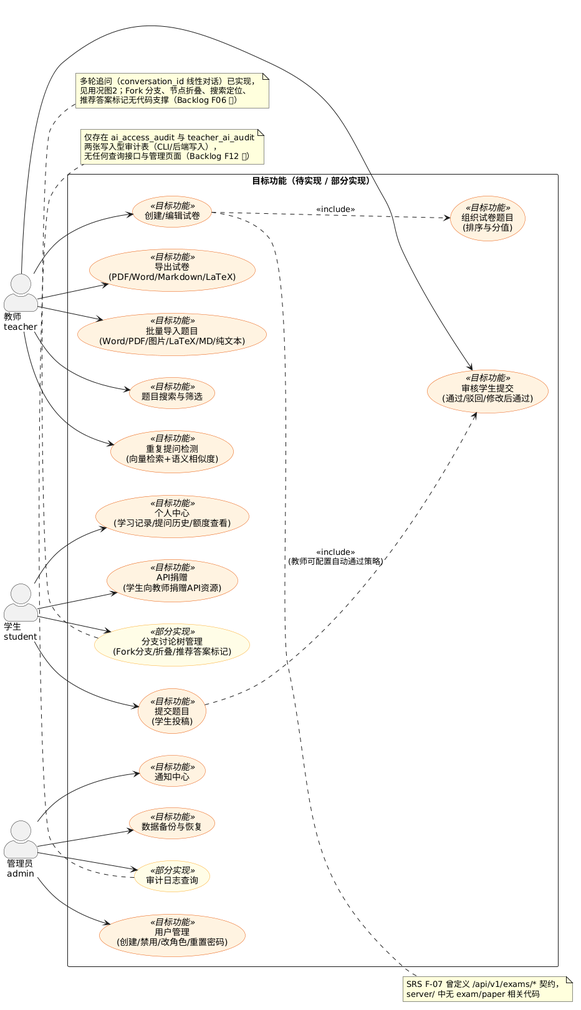
Above: OOA_OOD/diagrams/usecase/uc3_target.png in Araaaagorn/ai-question-bank (PlantUML), before the change. Source of this version:
```plantuml
@startuml uc3_target
left to right direction
skinparam shadowing false
skinparam actorStyle awesome
skinparam packageStyle rectangle
skinparam usecase {
  BackgroundColor<<目标功能>> #FFF3E0
  BorderColor<<目标功能>> #E65100
  BackgroundColor<<部分实现>> #FFFDE7
  BorderColor<<部分实现>> #F9A825
}

actor "教师\nteacher" as Teacher
actor "学生\nstudent" as Student
actor "管理员\nadmin" as Admin

rectangle "目标功能（待实现 / 部分实现）" {
  usecase "创建/编辑试卷" as UCExam <<目标功能>>
  usecase "组织试卷题目\n(排序与分值)" as UCPaperQ <<目标功能>>
  usecase "导出试卷\n(PDF/Word/Markdown/LaTeX)" as UCExport <<目标功能>>
  usecase "批量导入题目\n(Word/PDF/图片/LaTeX/MD/纯文本)" as UCImport <<目标功能>>
  usecase "提交题目\n(学生投稿)" as UCSubmitQ <<目标功能>>
  usecase "审核学生提交\n(通过/驳回/修改后通过)" as UCReviewQ <<目标功能>>
  usecase "分支讨论树管理\n(Fork分支/折叠/推荐答案标记)" as UCFork <<部分实现>>
  usecase "题目搜索与筛选" as UCSearch <<目标功能>>
  usecase "用户管理\n(创建/禁用/改角色/重置密码)" as UCUserMgmt <<目标功能>>
  usecase "审计日志查询" as UCAudit <<部分实现>>
  usecase "个人中心\n(学习记录/提问历史/额度查看)" as UCProfile <<目标功能>>
  usecase "重复提问检测\n(向量检索+语义相似度)" as UCDup <<目标功能>>
  usecase "通知中心" as UCNotify <<目标功能>>
  usecase "API捐赠\n(学生向教师捐赠API资源)" as UCDonate <<目标功能>>
  usecase "数据备份与恢复" as UCBackup <<目标功能>>
}

Teacher --> UCExam
Teacher --> UCExport
Teacher --> UCImport
Teacher --> UCReviewQ
Teacher --> UCSearch
Teacher --> UCDup
Student --> UCSubmitQ
Student --> UCFork
Student --> UCProfile
Student --> UCDonate
Admin --> UCUserMgmt
Admin --> UCAudit
Admin --> UCBackup
Admin --> UCNotify

UCExam ..> UCPaperQ : <<include>>
UCSubmitQ ..> UCReviewQ : <<include>>\n(教师可配置自动通过策略)

note bottom of UCFork
  多轮追问（conversation_id 线性对话）已实现，
  见用况图2；Fork 分支、节点折叠、搜索定位、
  推荐答案标记无代码支撑（Backlog F06 🟡）
end note

note bottom of UCAudit
  仅存在 ai_access_audit 与 teacher_ai_audit
  两张写入型审计表（CLI/后端写入），
  无任何查询接口与管理页面（Backlog F12 🟡）
end note

note right of UCExam
  SRS F-07 曾定义 /api/v1/exams/* 契约，
  server/ 中无 exam/paper 相关代码
end note
@enduml
```
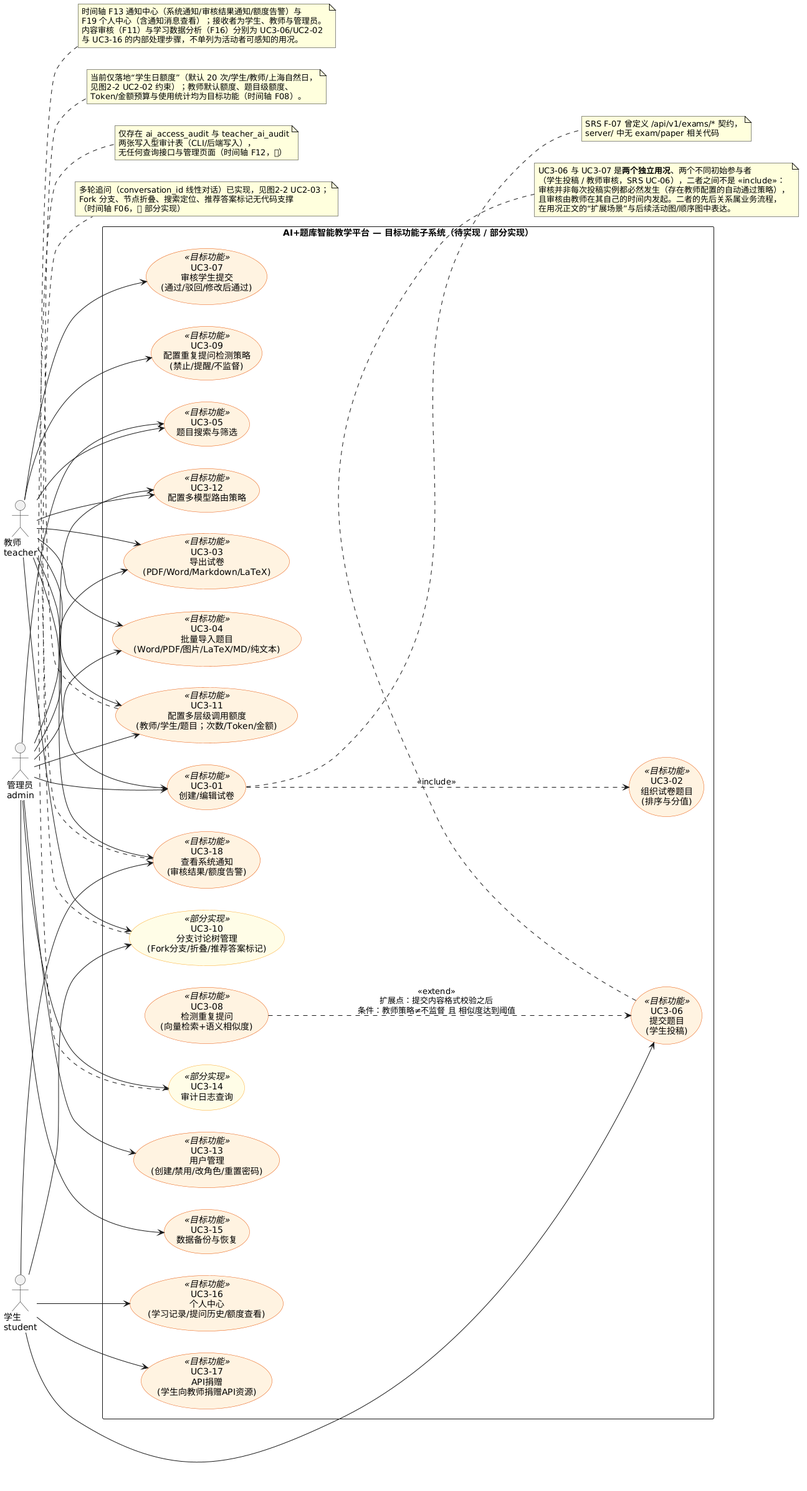
The same diagram one commit later.

What changed in the source:
```diff
@@ -1,7 +1,6 @@
-@startuml uc3_target
+@startuml
 left to right direction
 skinparam shadowing false
-skinparam actorStyle awesome
 skinparam packageStyle rectangle
 skinparam usecase {
   BackgroundColor<<目标功能>> #FFF3E0
@@ -11,59 +10,93 @@
 }
 
 actor "教师\nteacher" as Teacher
+actor "管理员\nadmin" as Admin
 actor "学生\nstudent" as Student
-actor "管理员\nadmin" as Admin
 
-rectangle "目标功能（待实现 / 部分实现）" {
-  usecase "创建/编辑试卷" as UCExam <<目标功能>>
-  usecase "组织试卷题目\n(排序与分值)" as UCPaperQ <<目标功能>>
-  usecase "导出试卷\n(PDF/Word/Markdown/LaTeX)" as UCExport <<目标功能>>
-  usecase "批量导入题目\n(Word/PDF/图片/LaTeX/MD/纯文本)" as UCImport <<目标功能>>
-  usecase "提交题目\n(学生投稿)" as UCSubmitQ <<目标功能>>
-  usecase "审核学生提交\n(通过/驳回/修改后通过)" as UCReviewQ <<目标功能>>
-  usecase "分支讨论树管理\n(Fork分支/折叠/推荐答案标记)" as UCFork <<部分实现>>
-  usecase "题目搜索与筛选" as UCSearch <<目标功能>>
-  usecase "用户管理\n(创建/禁用/改角色/重置密码)" as UCUserMgmt <<目标功能>>
-  usecase "审计日志查询" as UCAudit <<部分实现>>
-  usecase "个人中心\n(学习记录/提问历史/额度查看)" as UCProfile <<目标功能>>
-  usecase "重复提问检测\n(向量检索+语义相似度)" as UCDup <<目标功能>>
-  usecase "通知中心" as UCNotify <<目标功能>>
-  usecase "API捐赠\n(学生向教师捐赠API资源)" as UCDonate <<目标功能>>
-  usecase "数据备份与恢复" as UCBackup <<目标功能>>
+rectangle "AI+题库智能教学平台 — 目标功能子系统（待实现 / 部分实现）" {
+  usecase "UC3-01\n创建/编辑试卷" as UCExam <<目标功能>>
+  usecase "UC3-02\n组织试卷题目\n(排序与分值)" as UCPaperQ <<目标功能>>
+  usecase "UC3-03\n导出试卷\n(PDF/Word/Markdown/LaTeX)" as UCExport <<目标功能>>
+  usecase "UC3-04\n批量导入题目\n(Word/PDF/图片/LaTeX/MD/纯文本)" as UCImport <<目标功能>>
+  usecase "UC3-05\n题目搜索与筛选" as UCSearch <<目标功能>>
+  usecase "UC3-07\n审核学生提交\n(通过/驳回/修改后通过)" as UCReviewQ <<目标功能>>
+  usecase "UC3-09\n配置重复提问检测策略\n(禁止/提醒/不监督)" as UCDupPolicy <<目标功能>>
+  usecase "UC3-11\n配置多层级调用额度\n(教师/学生/题目；次数/Token/金额)" as UCQuota <<目标功能>>
+  usecase "UC3-12\n配置多模型路由策略" as UCRouter <<目标功能>>
+  usecase "UC3-13\n用户管理\n(创建/禁用/改角色/重置密码)" as UCUserMgmt <<目标功能>>
+  usecase "UC3-14\n审计日志查询" as UCAudit <<部分实现>>
+  usecase "UC3-15\n数据备份与恢复" as UCBackup <<目标功能>>
+  usecase "UC3-10\n分支讨论树管理\n(Fork分支/折叠/推荐答案标记)" as UCFork <<部分实现>>
+  usecase "UC3-18\n查看系统通知\n(审核结果/额度告警)" as UCNotify <<目标功能>>
+  usecase "UC3-06\n提交题目\n(学生投稿)" as UCSubmitQ <<目标功能>>
+  usecase "UC3-08\n检测重复提问\n(向量检索+语义相似度)" as UCDup <<目标功能>>
+  usecase "UC3-16\n个人中心\n(学习记录/提问历史/额度查看)" as UCProfile <<目标功能>>
+  usecase "UC3-17\nAPI捐赠\n(学生向教师捐赠API资源)" as UCDonate <<目标功能>>
 }
 
 Teacher --> UCExam
 Teacher --> UCExport
 Teacher --> UCImport
+Teacher --> UCSearch
 Teacher --> UCReviewQ
-Teacher --> UCSearch
-Teacher --> UCDup
+Teacher --> UCDupPolicy
+Teacher --> UCQuota
+Teacher --> UCRouter
+Teacher --> UCFork
+Admin --> UCExam
+Admin --> UCExport
+Admin --> UCImport
+Admin --> UCSearch
+Admin --> UCQuota
+Admin --> UCRouter
+Admin --> UCUserMgmt
+Admin --> UCAudit
+Admin --> UCBackup
 Student --> UCSubmitQ
 Student --> UCFork
 Student --> UCProfile
 Student --> UCDonate
-Admin --> UCUserMgmt
-Admin --> UCAudit
-Admin --> UCBackup
-Admin --> UCNotify
+Student --> UCNotify
+Teacher --> UCNotify
 
 UCExam ..> UCPaperQ : <<include>>
-UCSubmitQ ..> UCReviewQ : <<include>>\n(教师可配置自动通过策略)
+UCDup ..> UCSubmitQ : <<extend>>\n扩展点：提交内容格式校验之后\n条件：教师策略≠不监督 且 相似度达到阈值
+
+note bottom of UCSubmitQ
+  UC3-06 与 UC3-07 是**两个独立用况**、两个不同初始参与者
+  （学生投稿 / 教师审核，SRS UC-06），二者之间不是 «include»：
+  审核并非每次投稿实例都必然发生（存在教师配置的自动通过策略），
+  且审核由教师在其自己的时间内发起。二者的先后关系属业务流程，
+  在用况正文的“扩展场景”与后续活动图/顺序图中表达。
+end note
 
 note bottom of UCFork
-  多轮追问（conversation_id 线性对话）已实现，
-  见用况图2；Fork 分支、节点折叠、搜索定位、
-  推荐答案标记无代码支撑（Backlog F06 🟡）
+  多轮追问（conversation_id 线性对话）已实现，见图2-2 UC2-03；
+  Fork 分支、节点折叠、搜索定位、推荐答案标记无代码支撑
+  （时间轴 F06，🟡 部分实现）
 end note
 
 note bottom of UCAudit
   仅存在 ai_access_audit 与 teacher_ai_audit
   两张写入型审计表（CLI/后端写入），
-  无任何查询接口与管理页面（Backlog F12 🟡）
+  无任何查询接口与管理页面（时间轴 F12，🟡）
 end note
 
 note right of UCExam
   SRS F-07 曾定义 /api/v1/exams/* 契约，
   server/ 中无 exam/paper 相关代码
 end note
+
+note bottom of UCQuota
+  当前仅落地“学生日额度”（默认 20 次/学生/教师/上海自然日，
+  见图2-2 UC2-02 约束）；教师默认额度、题目级额度、
+  Token/金额预算与使用统计均为目标功能（时间轴 F08）。
+end note
+
+note bottom of UCNotify
+  时间轴 F13 通知中心（系统通知/审核结果通知/额度告警）与
+  F19 个人中心（含通知消息查看）；接收者为学生、教师与管理员。
+  内容审核（F11）与学习数据分析（F16）分别为 UC3-06/UC2-02
+  与 UC3-16 的内部处理步骤，不单列为活动者可感知的用况。
+end note
 @enduml
```
